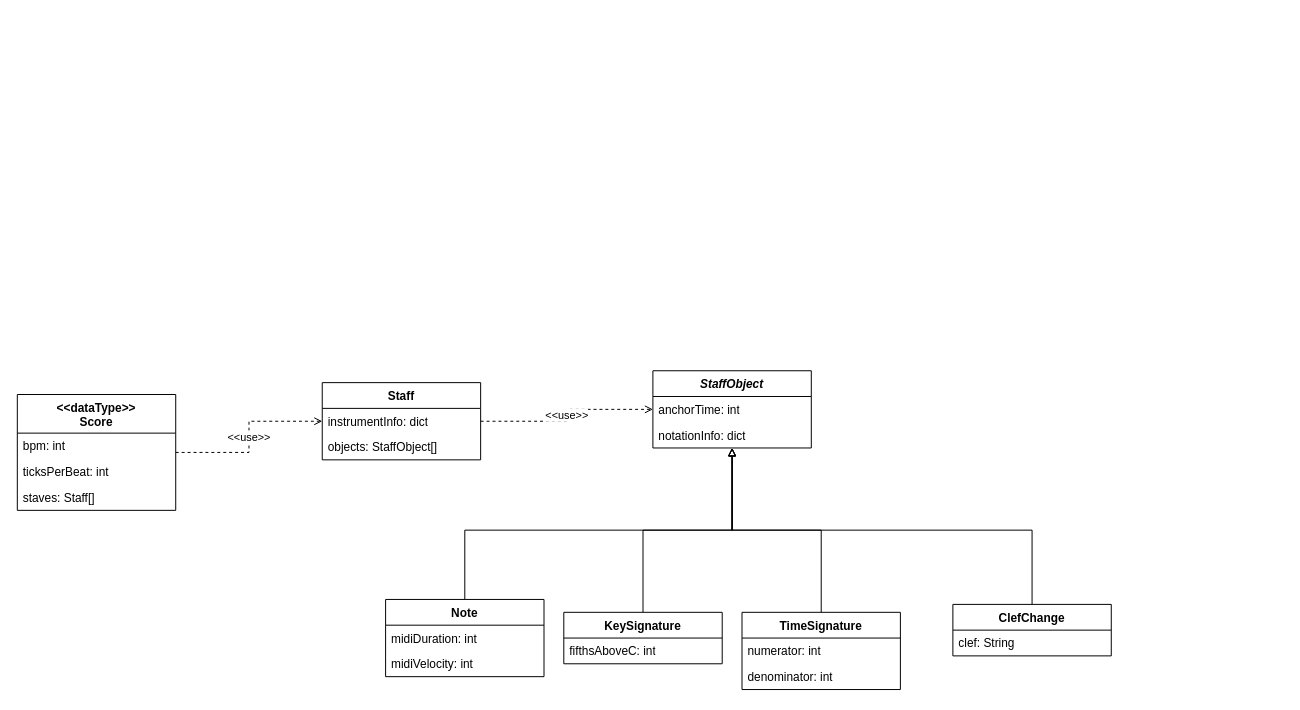
Above: docs/flowcharts/2 data structure.drawio in Bingergie/midi2musicxml (draw.io), before the change. Source tidied: cells renumbered, new cells numbered last; positions are measured from the earlier drawing's top-left corner, leaving out a move shared by most shapes. Both pictures are drawn from the tidied source at 99%, with x=0, y=0 at pixel (17, 370).
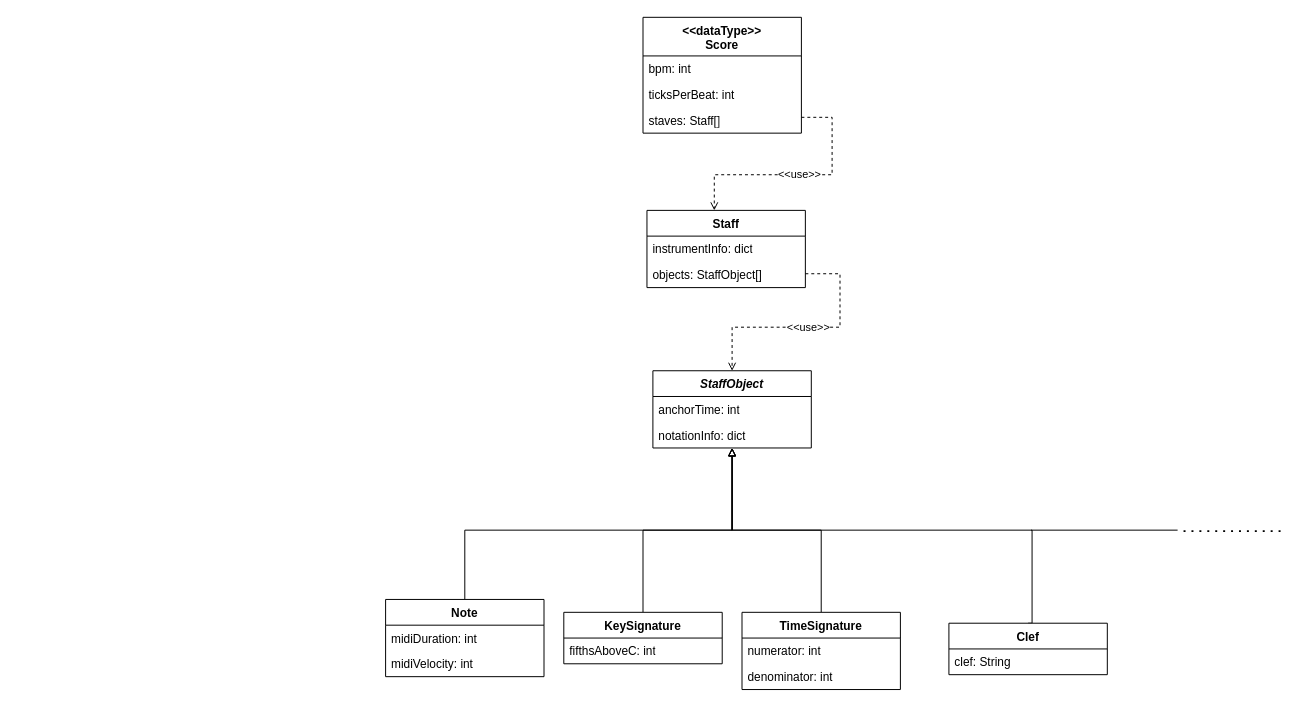
The same diagram, later.

Unchanged cells that the change refers to:
```xml
<mxCell id="6" value="&lt;i&gt;StaffObject&lt;/i&gt;" style="swimlane;fontStyle=1;align=center;verticalAlign=top;horizontal=1;startSize=26;whiteSpace=wrap;html=1;" parent="1" vertex="1">
  <mxGeometry x="642" width="160" height="78" as="geometry" />
</mxCell>
```

Change to the diagram source:
```diff
@@
     <mxCell id="17" value="&amp;lt;&amp;lt;use&amp;gt;&amp;gt;" style="edgeStyle=orthogonalEdgeStyle;rounded=0;jettySize=auto;html=1;dashed=1;endArrow=open;endFill=0;" parent="1" edge="1" source="18" target="6">
-      <mxGeometry relative="1" as="geometry" />
+      <mxGeometry relative="1" as="geometry">
+        <Array as="points">
+          <mxPoint x="831" y="-98" />
+          <mxPoint x="831" y="-44" />
+          <mxPoint x="722" y="-44" />
+        </Array>
+      </mxGeometry>
     </mxCell>
     <mxCell id="18" value="Staff" style="swimlane;fontStyle=1;align=center;verticalAlign=top;horizontal=1;startSize=26;whiteSpace=wrap;html=1;" parent="1" vertex="1">
-      <mxGeometry x="308" y="12" width="160" height="78" as="geometry" />
+      <mxGeometry x="636" y="-162" width="160" height="78" as="geometry" />
     </mxCell>
@@
-    <mxCell id="21" value="ClefChange" style="swimlane;fontStyle=1;align=center;verticalAlign=top;horizontal=1;startSize=26;whiteSpace=wrap;html=1;" parent="1" vertex="1">
-      <mxGeometry x="945" y="236" width="160" height="52" as="geometry" />
+    <mxCell id="21" value="Clef" style="swimlane;fontStyle=1;align=center;verticalAlign=top;horizontal=1;startSize=26;whiteSpace=wrap;html=1;" parent="1" vertex="1">
+      <mxGeometry x="941" y="255" width="160" height="52" as="geometry" />
     </mxCell>
@@
     <mxCell id="23" value="&lt;div&gt;&amp;lt;&amp;lt;dataType&amp;gt;&amp;gt;&lt;/div&gt;Score" style="swimlane;fontStyle=1;align=center;verticalAlign=top;horizontal=1;startSize=39;whiteSpace=wrap;html=1;" parent="1" vertex="1">
-      <mxGeometry y="24" width="160" height="117" as="geometry" />
+      <mxGeometry x="632" y="-357" width="160" height="117" as="geometry" />
     </mxCell>
@@
     <mxCell id="27" value="&amp;lt;&amp;lt;use&amp;gt;&amp;gt;" style="edgeStyle=orthogonalEdgeStyle;rounded=0;jettySize=auto;html=1;dashed=1;endArrow=open;endFill=0;" parent="1" edge="1" source="23" target="18">
-      <mxGeometry relative="1" as="geometry" />
+      <mxGeometry relative="1" as="geometry">
+        <Array as="points">
+          <mxPoint x="823" y="-256" />
+          <mxPoint x="823" y="-198" />
+          <mxPoint x="704" y="-198" />
+        </Array>
+      </mxGeometry>
     </mxCell>
+    <mxCell id="28" style="endArrow=none;dashed=1;html=1;dashPattern=1 3;strokeWidth=2;rounded=0;" parent="1" edge="1">
+      <mxGeometry relative="1" as="geometry">
+        <mxPoint x="1276" y="162" as="sourcePoint" />
+        <mxPoint x="1172" y="162" as="targetPoint" />
+      </mxGeometry>
+    </mxCell>
+    <mxCell id="29" style="endArrow=none;html=1;rounded=0;" parent="1" edge="1">
+      <mxGeometry relative="1" as="geometry">
+        <mxPoint x="1172" y="161" as="sourcePoint" />
+        <mxPoint x="1024" y="161" as="targetPoint" />
+      </mxGeometry>
+    </mxCell>
```
